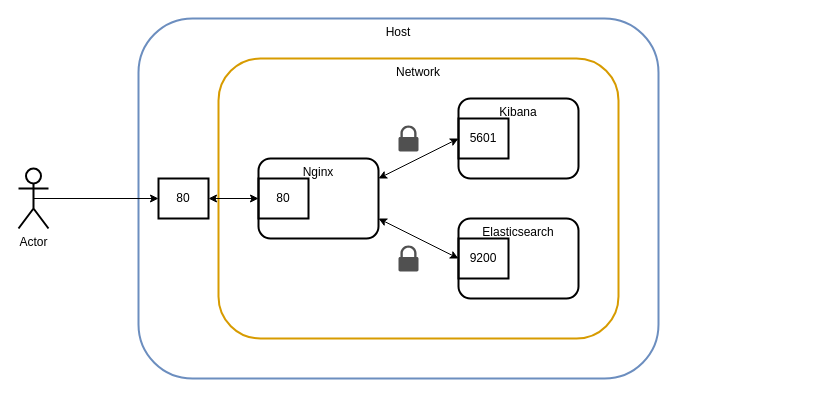
Before: Untitled Diagram.drawio in jeromecoffin/es-logserver, a draw.io diagram. Source tidied: cells renumbered, new cells numbered last; positions are measured from the earlier drawing's top-left corner, leaving out a move shared by most shapes. Both pictures are drawn from the tidied source at 100%, with x=0, y=0 at pixel (18, 18).
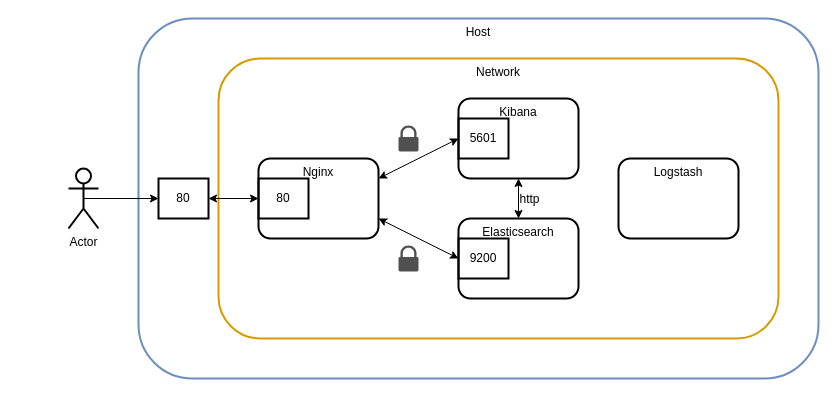
The same diagram, later.

Commit message (it also covers changes not shown here):
trying logstash

The change refers to these unchanged cells:
```xml
<mxCell id="8" value="Kibana" style="rounded=1;whiteSpace=wrap;html=1;strokeWidth=2;fillColor=none;gradientColor=none;align=center;verticalAlign=top;" parent="1" vertex="1">
  <mxGeometry x="440" y="80" width="120" height="80" as="geometry" />
</mxCell>
<mxCell id="9" value="Elasticsearch" style="rounded=1;whiteSpace=wrap;html=1;strokeWidth=2;fillColor=none;gradientColor=none;align=center;verticalAlign=top;" parent="1" vertex="1">
  <mxGeometry x="440" y="200" width="120" height="80" as="geometry" />
</mxCell>
```

Diff of the diagram source:
```diff
@@
     <mxCell id="2" value="Host" style="rounded=1;whiteSpace=wrap;html=1;fillColor=none;strokeColor=#6c8ebf;strokeWidth=2;align=center;verticalAlign=top;" parent="1" vertex="1">
-      <mxGeometry x="120" width="520" height="360" as="geometry" />
+      <mxGeometry x="120" width="680" height="360" as="geometry" />
     </mxCell>
     <mxCell id="3" value="Network" style="rounded=1;whiteSpace=wrap;html=1;strokeWidth=2;fillColor=none;align=center;strokeColor=#d79b00;gradientColor=none;verticalAlign=top;" parent="1" vertex="1">
-      <mxGeometry x="200" y="40" width="400" height="280" as="geometry" />
+      <mxGeometry x="200" y="40" width="560" height="280" as="geometry" />
     </mxCell>
     <mxCell id="4" value="Actor" style="shape=umlActor;verticalLabelPosition=bottom;labelBackgroundColor=#ffffff;verticalAlign=top;html=1;outlineConnect=0;strokeWidth=2;fillColor=none;gradientColor=none;align=center;" parent="1" vertex="1">
-      <mxGeometry y="150" width="30" height="60" as="geometry" />
+      <mxGeometry x="50" y="150" width="30" height="60" as="geometry" />
     </mxCell>
@@
+    <mxCell id="18" style="endArrow=classic;startArrow=classic;html=1;entryX=0.5;entryY=1;entryDx=0;entryDy=0;exitX=0.5;exitY=0;exitDx=0;exitDy=0;" parent="1" edge="1" source="9" target="8">
+      <mxGeometry relative="1" as="geometry" />
+    </mxCell>
+    <mxCell id="19" value="http" style="text;html=1;align=center;verticalAlign=middle;labelBackgroundColor=#ffffff;" parent="18" vertex="1">
+      <mxGeometry x="-0.44" y="-3" relative="1" as="geometry">
+        <mxPoint x="7" y="-8.2" as="offset" />
+      </mxGeometry>
+    </mxCell>
+    <mxCell id="20" value="Logstash" style="rounded=1;whiteSpace=wrap;html=1;strokeWidth=2;fillColor=none;gradientColor=none;align=center;verticalAlign=top;" parent="1" vertex="1">
+      <mxGeometry x="600" y="140" width="120" height="80" as="geometry" />
+    </mxCell>
```
